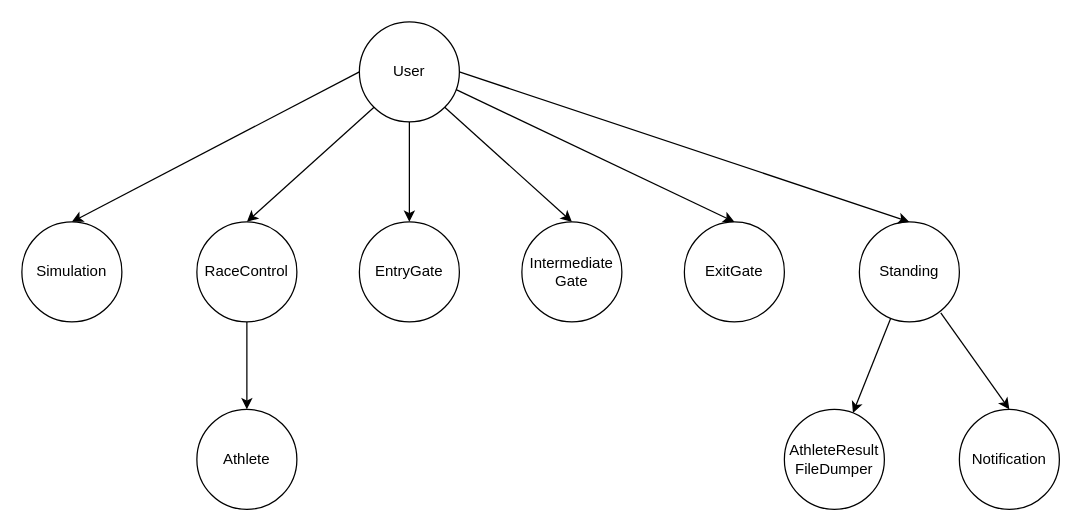
Above: page "Hierarchy" (1 of 4) of src/Host/diagram/thriathlon race.drawio in fbasco81/triathlon-race-demo (draw.io), before the change. Source tidied: cells renumbered, new cells numbered last; positions are measured from the earlier drawing's top-left corner, leaving out a move shared by most shapes. Both pictures are drawn from the tidied source at 125%, with x=0, y=0 at pixel (21, 21).
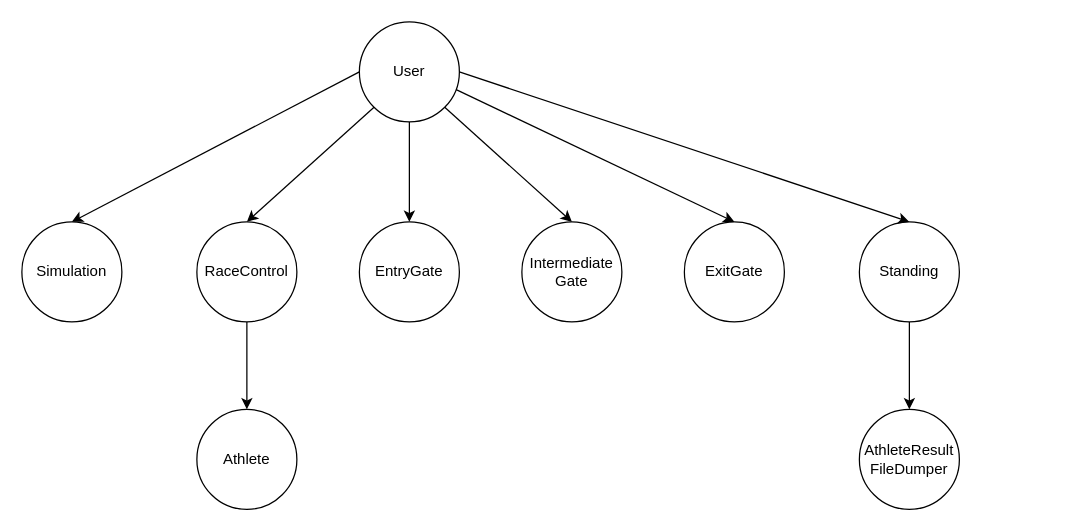
After the change.

Unchanged cells that the change refers to:
```xml
<mxCell id="11" value="Standing" style="ellipse;whiteSpace=wrap;html=1;" parent="1" vertex="1">
  <mxGeometry x="670" y="160" width="80" height="80" as="geometry" />
</mxCell>
```

What changed in the source:
```diff
@@
-    <mxCell id="9" style="rounded=0;jettySize=auto;html=1;exitX=0.814;exitY=0.909;exitDx=0;exitDy=0;entryX=0.5;entryY=0;entryDx=0;entryDy=0;exitPerimeter=0;" parent="1" edge="1" source="11" target="13">
-      <mxGeometry relative="1" as="geometry" />
-    </mxCell>
@@
     <mxCell id="12" value="AthleteResult&lt;br&gt;FileDumper" style="ellipse;whiteSpace=wrap;html=1;" parent="1" vertex="1">
-      <mxGeometry x="610" y="310" width="80" height="80" as="geometry" />
+      <mxGeometry x="670" y="310" width="80" height="80" as="geometry" />
     </mxCell>
-    <mxCell id="13" value="Notification" style="ellipse;whiteSpace=wrap;html=1;labelBackgroundColor=#ffffff;" parent="1" vertex="1">
-      <mxGeometry x="750" y="310" width="80" height="80" as="geometry" />
-    </mxCell>
```
